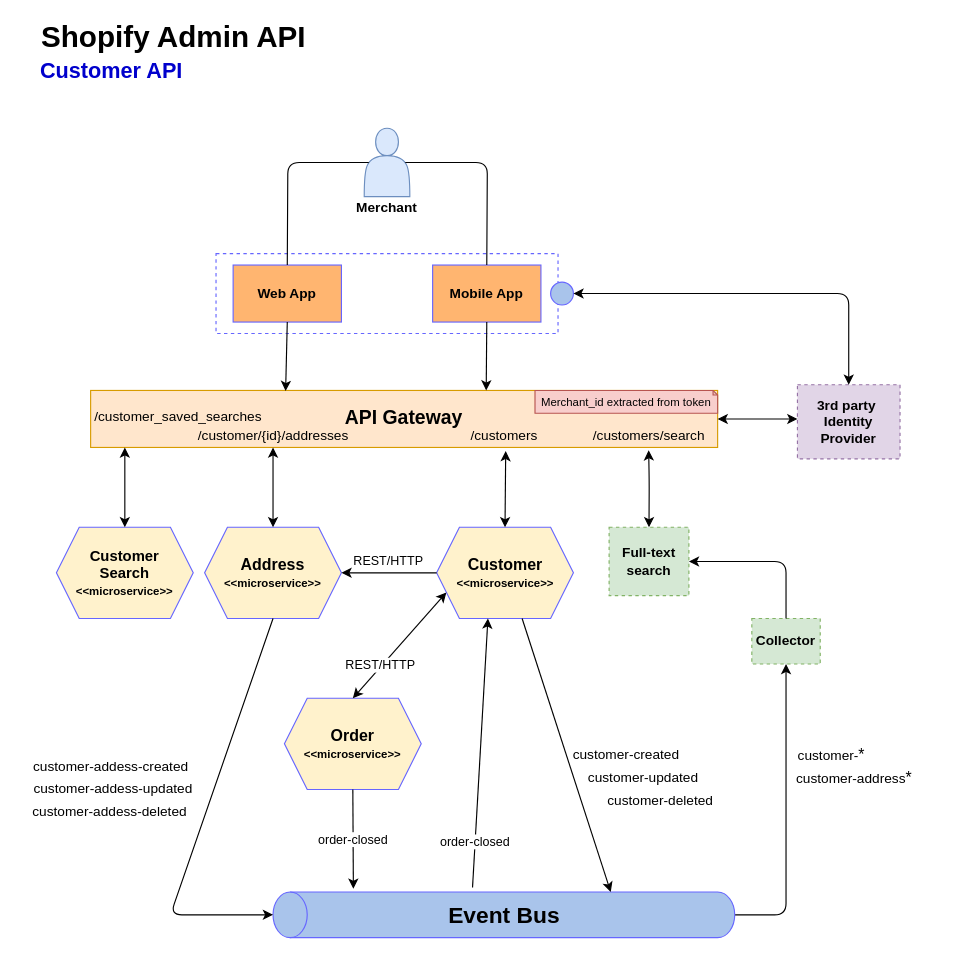
The draw.io diagram solution-design/Spotify Customer API - Solution Design Diagram.drawio in rpicanco/ShopifyAdminAPICustomer, before the edit. Source tidied: cells renumbered, new cells numbered last; positions are measured from the earlier drawing's top-left corner, leaving out a move shared by most shapes. Both pictures are drawn from the tidied source at 114%, with x=0, y=0 at pixel (19, 25).
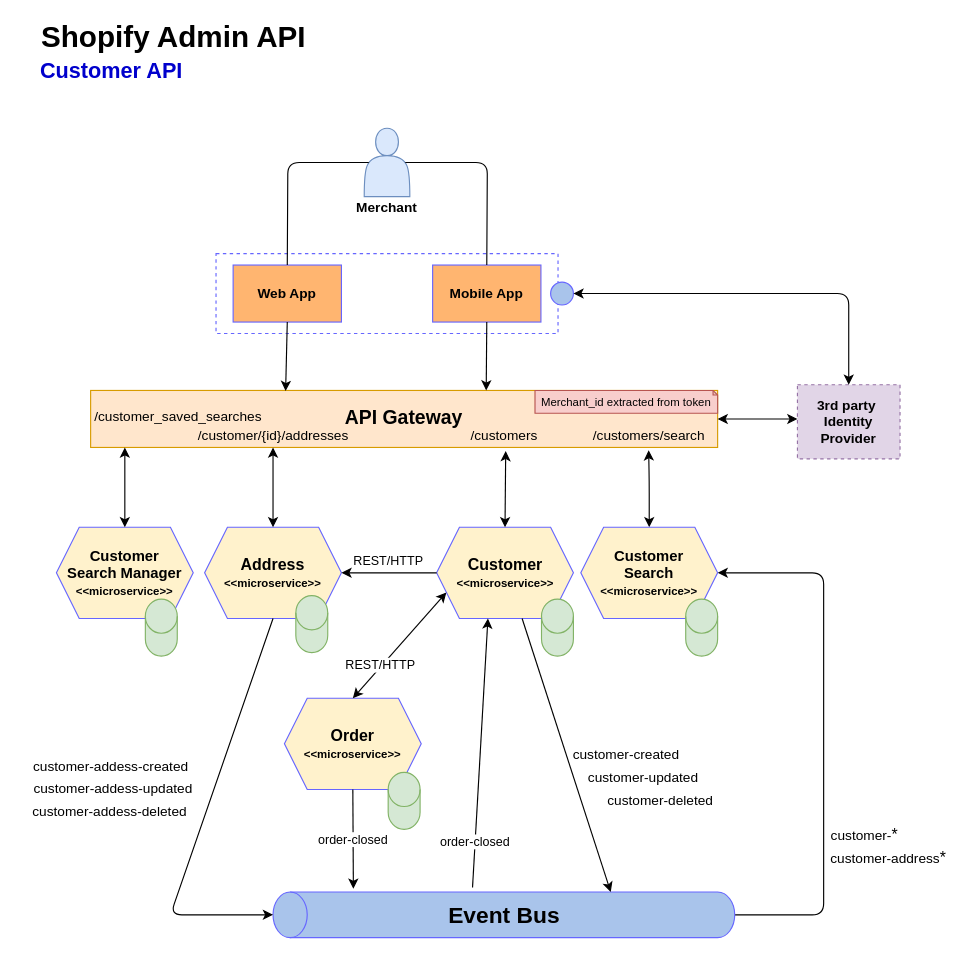
After the change.

Commit message (it also covers changes not shown here):
new solution design

Unchanged cells that the change refers to:
```xml
<mxCell id="8" value="&lt;b&gt;&lt;font style=&quot;font-size: 17px&quot;&gt;API Gateway&lt;/font&gt;&lt;/b&gt;" style="rounded=0;whiteSpace=wrap;html=1;strokeColor=#d79b00;fillColor=#ffe6cc;" parent="1" vertex="1">
  <mxGeometry x="62" y="320" width="550" height="50" as="geometry" />
</mxCell>
<mxCell id="36" style="shape=cylinder3;whiteSpace=wrap;html=1;boundedLbl=1;backgroundOutline=1;size=15;strokeColor=#6666FF;fillColor=#A9C4EB;rotation=-90;" parent="35" vertex="1">
  <mxGeometry x="182.5" y="-182.5" width="40" height="405" as="geometry" />
</mxCell>
```

Change to the diagram source:
```diff
@@
-    <mxCell id="7" value="&lt;b&gt;&lt;font&gt;&lt;font style=&quot;font-size: 13px&quot;&gt;Customer &lt;br&gt;Search&lt;/font&gt;&lt;br&gt;&lt;font style=&quot;font-size: 10px&quot;&gt;&amp;lt;&amp;lt;microservice&amp;gt;&amp;gt;&lt;/font&gt;&lt;br&gt;&lt;/font&gt;&lt;/b&gt;" style="shape=hexagon;perimeter=hexagonPerimeter2;whiteSpace=wrap;html=1;fixedSize=1;strokeColor=#6666FF;fillColor=#FFF2CC;" parent="1" vertex="1">
+    <mxCell id="7" value="&lt;b&gt;&lt;font&gt;&lt;font style=&quot;font-size: 13px&quot;&gt;Customer &lt;br&gt;Search Manager&lt;/font&gt;&lt;br&gt;&lt;font style=&quot;font-size: 10px&quot;&gt;&amp;lt;&amp;lt;microservice&amp;gt;&amp;gt;&lt;/font&gt;&lt;br&gt;&lt;/font&gt;&lt;/b&gt;" style="shape=hexagon;perimeter=hexagonPerimeter2;whiteSpace=wrap;html=1;fixedSize=1;strokeColor=#6666FF;fillColor=#FFF2CC;" parent="1" vertex="1">
       <mxGeometry x="32" y="440" width="120" height="80" as="geometry" />
     </mxCell>
@@
-    <mxCell id="22" style="endArrow=classic;startArrow=classic;html=1;exitX=0.5;exitY=0;exitDx=0;exitDy=0;entryX=0.89;entryY=1.05;entryDx=0;entryDy=0;entryPerimeter=0;" parent="1" edge="1" source="23" target="8">
+    <mxCell id="22" style="endArrow=classic;startArrow=classic;html=1;exitX=0.5;exitY=0;exitDx=0;exitDy=0;entryX=0.89;entryY=1.05;entryDx=0;entryDy=0;entryPerimeter=0;" parent="1" edge="1" source="54" target="8">
       <mxGeometry relative="1" as="geometry">
         <Array as="points">
           <mxPoint x="552" y="400" />
         </Array>
       </mxGeometry>
     </mxCell>
-    <mxCell id="23" value="&lt;b&gt;Full-text search&lt;/b&gt;" style="rounded=0;whiteSpace=wrap;html=1;dashed=1;strokeColor=#82b366;fillColor=#d5e8d4;" parent="1" vertex="1">
-      <mxGeometry x="516.8" y="440" width="70" height="60" as="geometry" />
-    </mxCell>
-    <mxCell id="24" value="&lt;b&gt;Collector&lt;/b&gt;" style="rounded=0;whiteSpace=wrap;html=1;dashed=1;strokeColor=#82b366;fillColor=#d5e8d4;" parent="1" vertex="1">
-      <mxGeometry x="642" y="520" width="60" height="40" as="geometry" />
-    </mxCell>
-    <mxCell id="25" style="endArrow=classic;html=1;entryX=1;entryY=0.5;entryDx=0;entryDy=0;exitX=0.5;exitY=0;exitDx=0;exitDy=0;" parent="1" edge="1" source="24" target="23">
-      <mxGeometry relative="1" as="geometry">
-        <Array as="points">
-          <mxPoint x="672" y="470" />
-        </Array>
-      </mxGeometry>
-    </mxCell>
-    <mxCell id="26" style="endArrow=classic;html=1;entryX=0.5;entryY=1;entryDx=0;entryDy=0;exitX=0.5;exitY=1;exitDx=0;exitDy=0;exitPerimeter=0;" parent="1" edge="1" source="36" target="24">
+    <mxCell id="26" style="endArrow=classic;html=1;entryX=1;entryY=0.5;entryDx=0;entryDy=0;exitX=0.5;exitY=1;exitDx=0;exitDy=0;exitPerimeter=0;" parent="1" edge="1" source="36" target="54">
       <mxGeometry relative="1" as="geometry">
         <Array as="points">
-          <mxPoint x="672" y="780" />
+          <mxPoint x="705" y="780" />
+          <mxPoint x="705" y="480" />
         </Array>
       </mxGeometry>
     </mxCell>
@@
     <mxCell id="49" value="&lt;font style=&quot;font-size: 12px&quot;&gt;customer-&lt;/font&gt;&lt;font style=&quot;font-size: 14px&quot;&gt;*&lt;/font&gt;" style="text;html=1;strokeColor=none;fillColor=none;align=center;verticalAlign=middle;whiteSpace=wrap;rounded=0;" parent="1" vertex="1">
-      <mxGeometry x="662" y="630" width="100" height="20" as="geometry" />
+      <mxGeometry x="691" y="700" width="100" height="20" as="geometry" />
     </mxCell>
     <mxCell id="50" value="&lt;font style=&quot;font-size: 12px&quot;&gt;customer-address&lt;/font&gt;&lt;font style=&quot;font-size: 14px&quot;&gt;*&lt;/font&gt;" style="text;html=1;strokeColor=none;fillColor=none;align=center;verticalAlign=middle;whiteSpace=wrap;rounded=0;" parent="1" vertex="1">
-      <mxGeometry x="677" y="650" width="110" height="20" as="geometry" />
+      <mxGeometry x="707" y="720" width="110" height="20" as="geometry" />
     </mxCell>
@@
+    <mxCell id="54" value="&lt;b&gt;&lt;font&gt;&lt;font style=&quot;font-size: 13px&quot;&gt;Customer &lt;br&gt;Search&lt;/font&gt;&lt;br&gt;&lt;font style=&quot;font-size: 10px&quot;&gt;&amp;lt;&amp;lt;microservice&amp;gt;&amp;gt;&lt;/font&gt;&lt;br&gt;&lt;/font&gt;&lt;/b&gt;" style="shape=hexagon;perimeter=hexagonPerimeter2;whiteSpace=wrap;html=1;fixedSize=1;strokeColor=#6666FF;fillColor=#FFF2CC;" parent="1" vertex="1">
+      <mxGeometry x="492" y="440" width="120" height="80" as="geometry" />
+    </mxCell>
+    <mxCell id="55" style="shape=cylinder3;whiteSpace=wrap;html=1;boundedLbl=1;backgroundOutline=1;size=15;fillColor=#d5e8d4;strokeColor=#82b366;" parent="1" vertex="1">
+      <mxGeometry x="457.5" y="503" width="28" height="50" as="geometry" />
+    </mxCell>
+    <mxCell id="56" style="shape=cylinder3;whiteSpace=wrap;html=1;boundedLbl=1;backgroundOutline=1;size=15;fillColor=#d5e8d4;strokeColor=#82b366;" parent="1" vertex="1">
+      <mxGeometry x="323" y="655" width="28" height="50" as="geometry" />
+    </mxCell>
+    <mxCell id="57" style="shape=cylinder3;whiteSpace=wrap;html=1;boundedLbl=1;backgroundOutline=1;size=15;fillColor=#d5e8d4;strokeColor=#82b366;" parent="1" vertex="1">
+      <mxGeometry x="242" y="500" width="28" height="50" as="geometry" />
+    </mxCell>
+    <mxCell id="58" style="shape=cylinder3;whiteSpace=wrap;html=1;boundedLbl=1;backgroundOutline=1;size=15;fillColor=#d5e8d4;strokeColor=#82b366;" parent="1" vertex="1">
+      <mxGeometry x="110" y="503" width="28" height="50" as="geometry" />
+    </mxCell>
+    <mxCell id="59" style="shape=cylinder3;whiteSpace=wrap;html=1;boundedLbl=1;backgroundOutline=1;size=15;fillColor=#d5e8d4;strokeColor=#82b366;" parent="1" vertex="1">
+      <mxGeometry x="584" y="503" width="28" height="50" as="geometry" />
+    </mxCell>
```
